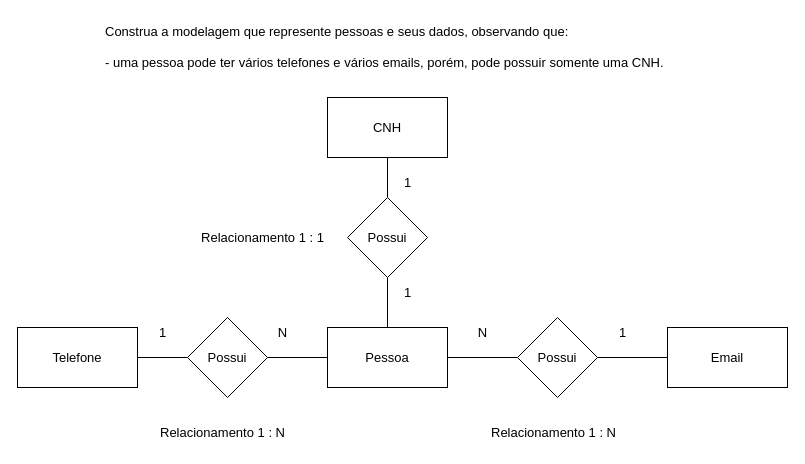
MarceloAC04/Banco-de-dados keeps this draw.io diagram as Exercios-MER/1.1-Pessoas/1.1-exercicio-pessoas.drawio. Above is the earlier version. Source tidied: cells renumbered, new cells numbered last; positions are measured from the earlier drawing's top-left corner, leaving out a move shared by most shapes. Both pictures are drawn from the tidied source at 100%, with x=0, y=0 at pixel (17, 17).
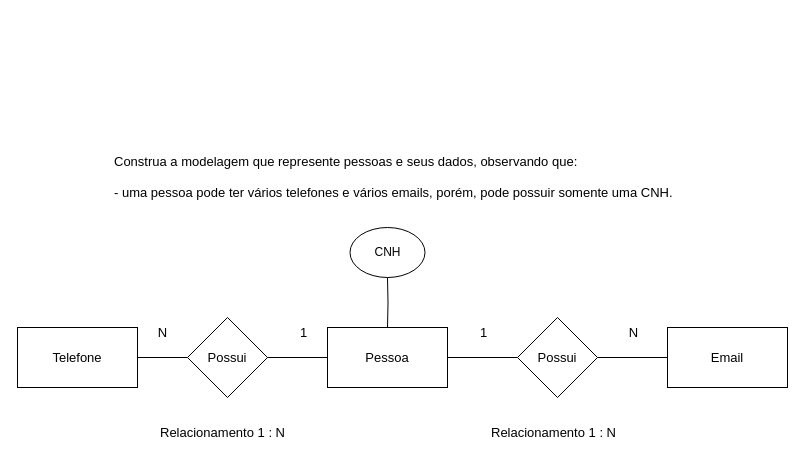
Above is the later version.

Unchanged cells that the change refers to:
```xml
<mxCell id="4" value="&lt;font style=&quot;font-size: 13px;&quot;&gt;Pessoa&lt;/font&gt;" style="rounded=0;whiteSpace=wrap;html=1;" parent="1" vertex="1">
  <mxGeometry x="310" y="310" width="120" height="60" as="geometry" />
</mxCell>
```

What changed in the source:
```diff
@@
     <mxCell id="2" value="&lt;div style=&quot;font-size: 13px;&quot;&gt;&lt;font style=&quot;font-size: 13px;&quot;&gt;Construa a modelagem que represente pessoas e seus dados, observando que:&lt;/font&gt;&lt;/div&gt;&lt;div style=&quot;font-size: 13px;&quot;&gt;&lt;font style=&quot;font-size: 13px;&quot;&gt;&lt;br&gt;&lt;/font&gt;&lt;/div&gt;&lt;div style=&quot;font-size: 13px;&quot;&gt;&lt;font style=&quot;font-size: 13px;&quot;&gt;- uma pessoa pode ter vários telefones e vários emails, porém, pode possuir somente uma CNH.&lt;/font&gt;&lt;/div&gt;" style="text;html=1;align=left;verticalAlign=middle;strokeColor=none;fillColor=none;" parent="1" vertex="1">
-      <mxGeometry x="86" width="580" height="60" as="geometry" />
+      <mxGeometry x="95" y="130" width="580" height="60" as="geometry" />
     </mxCell>
@@
-    <mxCell id="5" value="&lt;span style=&quot;font-size: 13px;&quot;&gt;CNH&lt;/span&gt;" style="rounded=0;whiteSpace=wrap;html=1;" parent="1" vertex="1">
-      <mxGeometry x="310" y="80" width="120" height="60" as="geometry" />
-    </mxCell>
@@
-    <mxCell id="9" style="edgeStyle=orthogonalEdgeStyle;rounded=0;jettySize=auto;html=1;entryX=0.5;entryY=1;entryDx=0;entryDy=0;endArrow=none;endFill=0;" parent="1" edge="1" source="11" target="5">
-      <mxGeometry relative="1" as="geometry" />
-    </mxCell>
-    <mxCell id="10" style="edgeStyle=orthogonalEdgeStyle;rounded=0;jettySize=auto;html=1;exitX=0.5;exitY=1;exitDx=0;exitDy=0;entryX=0.5;entryY=0;entryDx=0;entryDy=0;endArrow=none;endFill=0;" parent="1" edge="1" source="11" target="4">
-      <mxGeometry relative="1" as="geometry" />
+    <mxCell id="10" style="edgeStyle=orthogonalEdgeStyle;rounded=0;jettySize=auto;html=1;exitX=0.5;exitY=1;exitDx=0;exitDy=0;entryX=0.5;entryY=0;entryDx=0;entryDy=0;endArrow=none;endFill=0;" parent="1" edge="1" target="4">
+      <mxGeometry relative="1" as="geometry">
+        <mxPoint x="370" y="260" as="sourcePoint" />
+      </mxGeometry>
     </mxCell>
-    <mxCell id="11" value="&lt;font style=&quot;font-size: 13px;&quot;&gt;Possui&lt;/font&gt;" style="rhombus;whiteSpace=wrap;html=1;" parent="1" vertex="1">
-      <mxGeometry x="330" y="180" width="80" height="80" as="geometry" />
-    </mxCell>
@@
     <mxCell id="16" value="&lt;font style=&quot;font-size: 13px;&quot;&gt;1&lt;/font&gt;" style="text;html=1;align=center;verticalAlign=middle;strokeColor=none;fillColor=none;" parent="1" vertex="1">
-      <mxGeometry x="130" y="300" width="30" height="30" as="geometry" />
+      <mxGeometry x="271" y="300" width="30" height="30" as="geometry" />
     </mxCell>
-    <mxCell id="17" value="&lt;font style=&quot;font-size: 13px;&quot;&gt;1&lt;/font&gt;" style="text;html=1;align=center;verticalAlign=middle;strokeColor=none;fillColor=none;" parent="1" vertex="1">
-      <mxGeometry x="375" y="260" width="30" height="30" as="geometry" />
-    </mxCell>
     <mxCell id="18" value="&lt;font style=&quot;font-size: 13px;&quot;&gt;1&lt;/font&gt;" style="text;html=1;align=center;verticalAlign=middle;strokeColor=none;fillColor=none;" parent="1" vertex="1">
-      <mxGeometry x="590" y="300" width="30" height="30" as="geometry" />
+      <mxGeometry x="451" y="300" width="30" height="30" as="geometry" />
     </mxCell>
     <mxCell id="19" value="&lt;span style=&quot;font-size: 13px;&quot;&gt;N&lt;/span&gt;" style="text;html=1;align=center;verticalAlign=middle;strokeColor=none;fillColor=none;" parent="1" vertex="1">
-      <mxGeometry x="450" y="300" width="30" height="30" as="geometry" />
+      <mxGeometry x="601" y="300" width="30" height="30" as="geometry" />
     </mxCell>
     <mxCell id="20" value="&lt;span style=&quot;font-size: 13px;&quot;&gt;N&lt;/span&gt;" style="text;html=1;align=center;verticalAlign=middle;strokeColor=none;fillColor=none;" parent="1" vertex="1">
-      <mxGeometry x="250" y="300" width="30" height="30" as="geometry" />
+      <mxGeometry x="130" y="300" width="30" height="30" as="geometry" />
     </mxCell>
-    <mxCell id="21" value="&lt;font style=&quot;font-size: 13px;&quot;&gt;1&lt;/font&gt;" style="text;html=1;align=center;verticalAlign=middle;strokeColor=none;fillColor=none;" parent="1" vertex="1">
-      <mxGeometry x="375" y="150" width="30" height="30" as="geometry" />
-    </mxCell>
-    <mxCell id="22" value="&lt;font style=&quot;font-size: 13px;&quot;&gt;Relacionamento 1 : 1&lt;/font&gt;" style="text;html=1;align=center;verticalAlign=middle;strokeColor=none;fillColor=none;" parent="1" vertex="1">
-      <mxGeometry x="170" y="205" width="150" height="30" as="geometry" />
-    </mxCell>
@@
+    <mxCell id="5" value="CNH" style="ellipse;whiteSpace=wrap;html=1;" parent="1" vertex="1">
+      <mxGeometry x="332.5" y="210" width="75" height="50" as="geometry" />
+    </mxCell>
```
